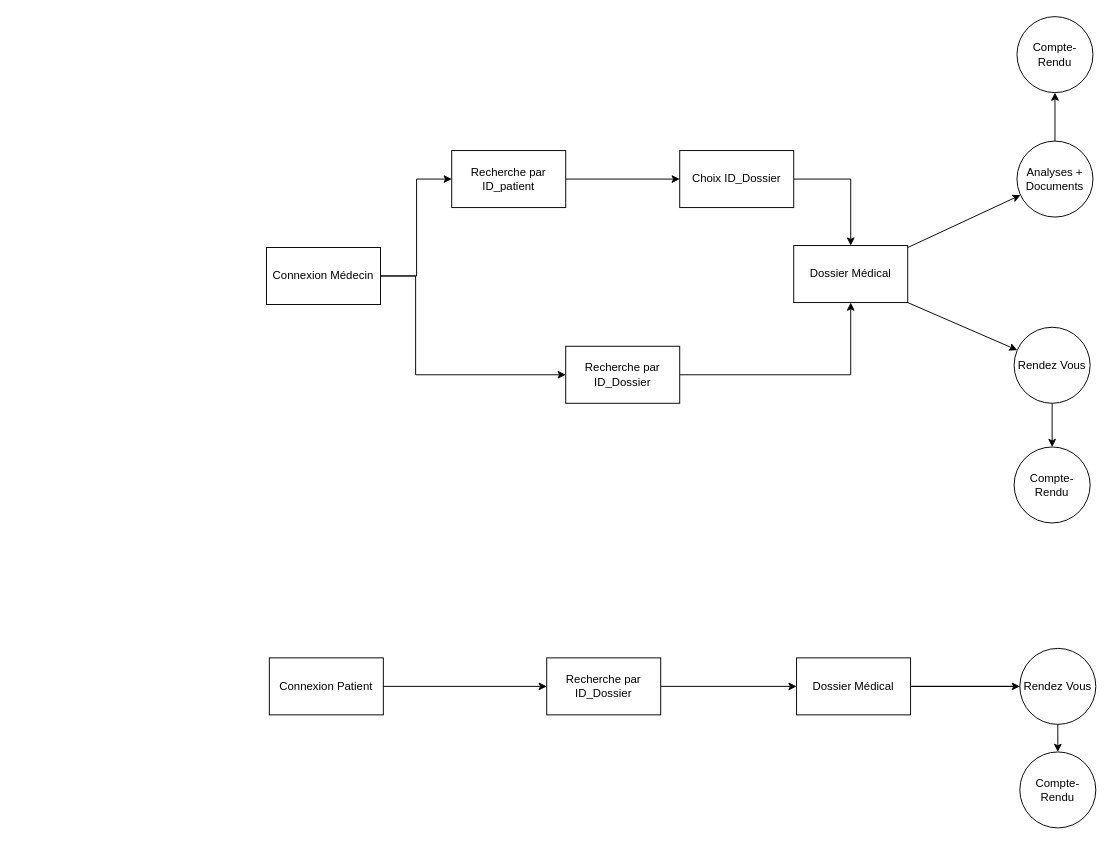
The draw.io diagram docs/principe_logiciel.drawio in mcourte/Med_controller, before the edit. Source tidied: cells renumbered, new cells numbered last; positions are measured from the earlier drawing's top-left corner, leaving out a move shared by most shapes. Both pictures are drawn from the tidied source at 95%, with x=0, y=0 at pixel (266, 16).
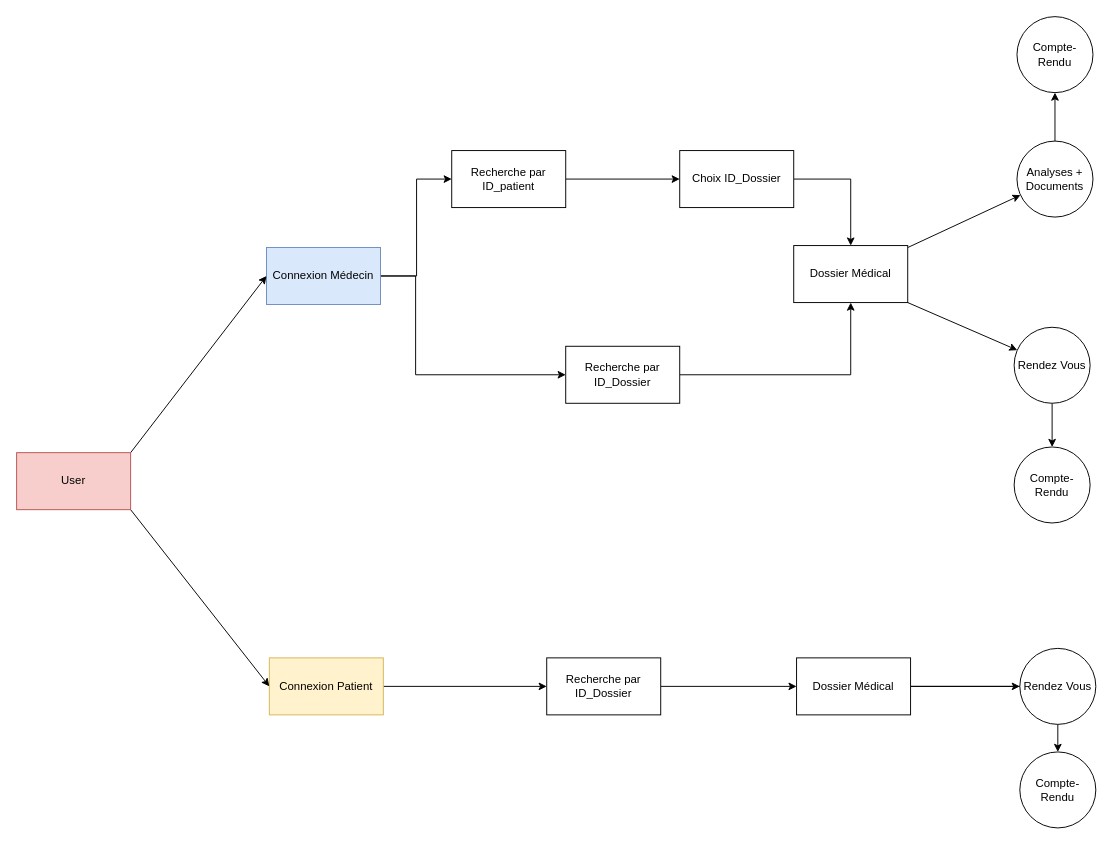
The same page after the edit.

Commit message (it also covers changes not shown here):
mise à jour du diagramme

What changed in the source:
```diff
@@
-    <mxCell id="3" value="Connexion Patient" style="rounded=0;whiteSpace=wrap;html=1;" parent="1" vertex="1">
+    <mxCell id="3" value="Connexion Patient" style="rounded=0;whiteSpace=wrap;html=1;fillColor=#fff2cc;strokeColor=#d6b656;" parent="1" vertex="1">
       <mxGeometry x="3" y="675" width="120" height="60" as="geometry" />
     </mxCell>
@@
-    <mxCell id="13" value="Connexion Médecin" style="rounded=0;whiteSpace=wrap;html=1;" parent="1" vertex="1">
+    <mxCell id="13" value="Connexion Médecin" style="rounded=0;whiteSpace=wrap;html=1;fillColor=#dae8fc;strokeColor=#6c8ebf;" parent="1" vertex="1">
       <mxGeometry y="243" width="120" height="60" as="geometry" />
     </mxCell>
@@
+    <mxCell id="29" style="rounded=0;jettySize=auto;html=1;exitX=1;exitY=0;exitDx=0;exitDy=0;entryX=0;entryY=0.5;entryDx=0;entryDy=0;" parent="1" edge="1" source="31" target="13">
+      <mxGeometry relative="1" as="geometry" />
+    </mxCell>
+    <mxCell id="30" style="rounded=0;jettySize=auto;html=1;exitX=1;exitY=1;exitDx=0;exitDy=0;entryX=0;entryY=0.5;entryDx=0;entryDy=0;" parent="1" edge="1" source="31" target="3">
+      <mxGeometry relative="1" as="geometry" />
+    </mxCell>
+    <mxCell id="31" value="User" style="rounded=0;whiteSpace=wrap;html=1;fillColor=#f8cecc;strokeColor=#b85450;" parent="1" vertex="1">
+      <mxGeometry x="-263" y="459" width="120" height="60" as="geometry" />
+    </mxCell>
```
